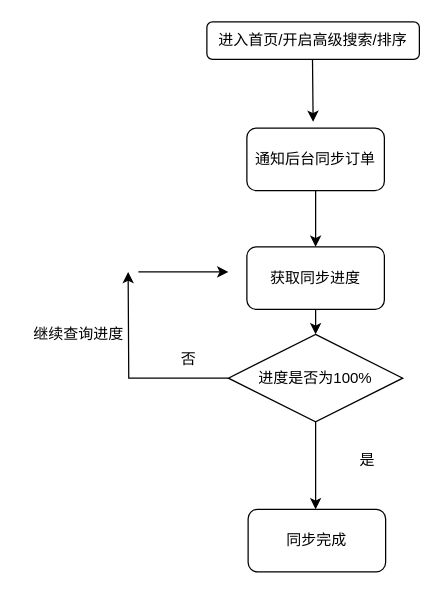
Before: views/高级版同步逻辑.drawio in lys829/yiBlog, a draw.io diagram. Source tidied: cells renumbered, new cells numbered last; positions are measured from the earlier drawing's top-left corner, leaving out a move shared by most shapes. Both pictures are drawn from the tidied source at 125%, with x=0, y=0 at pixel (21, 21).
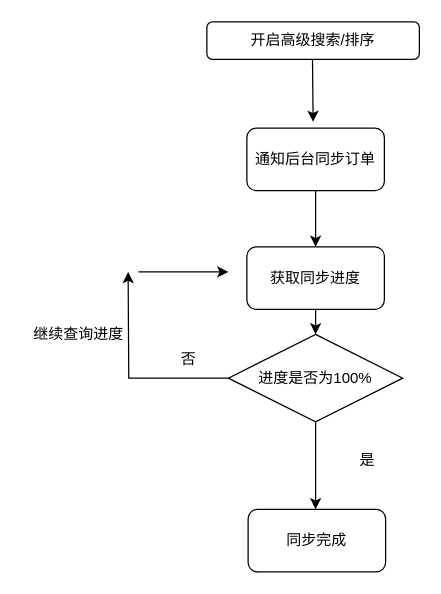
Above is the later version.

Commit message:
更新高级版同步逻辑.drawio

Change to the diagram source:
```diff
@@
 <mxGraphModel>
   <root>
     <mxCell id="0" />
     <mxCell id="1" parent="0" />
-    <mxCell id="2" value="进入首页/开启高级搜索/排序" style="rounded=1;whiteSpace=wrap;html=1;" parent="1" vertex="1">
+    <mxCell id="2" value="开启高级搜索/排序" style="rounded=1;whiteSpace=wrap;html=1;" parent="1" vertex="1">
       <mxGeometry x="148" width="170" height="30" as="geometry" />
     </mxCell>
     <mxCell id="3" style="endArrow=classic;html=1;" parent="1" edge="1">
       <mxGeometry relative="1" as="geometry">
         <mxPoint x="232.5" y="30" as="sourcePoint" />
         <mxPoint x="233" y="80" as="targetPoint" />
       </mxGeometry>
     </mxCell>
     <mxCell id="4" style="edgeStyle=orthogonalEdgeStyle;rounded=0;jettySize=auto;html=1;" parent="1" edge="1" source="5">
       <mxGeometry relative="1" as="geometry">
         <mxPoint x="235" y="180" as="targetPoint" />
       </mxGeometry>
     </mxCell>
     <mxCell id="5" value="通知后台同步订单" style="rounded=1;whiteSpace=wrap;html=1;" parent="1" vertex="1">
       <mxGeometry x="180" y="85" width="110" height="50" as="geometry" />
     </mxCell>
     <mxCell id="6" style="edgeStyle=orthogonalEdgeStyle;rounded=0;jettySize=auto;html=1;" parent="1" edge="1" source="8">
       <mxGeometry relative="1" as="geometry">
         <mxPoint x="85" y="200" as="targetPoint" />
       </mxGeometry>
     </mxCell>
     <mxCell id="7" style="edgeStyle=orthogonalEdgeStyle;rounded=0;jettySize=auto;html=1;" parent="1" edge="1" source="8">
       <mxGeometry relative="1" as="geometry">
         <mxPoint x="235" y="390" as="targetPoint" />
       </mxGeometry>
     </mxCell>
     <mxCell id="8" value="进度是否为100%" style="rhombus;whiteSpace=wrap;html=1;" parent="1" vertex="1">
       <mxGeometry x="165.2" y="250" width="139.5" height="70" as="geometry" />
     </mxCell>
     <mxCell id="9" style="edgeStyle=orthogonalEdgeStyle;rounded=0;jettySize=auto;html=1;" parent="1" edge="1" source="10" target="8">
       <mxGeometry relative="1" as="geometry" />
     </mxCell>
     <mxCell id="10" value="获取同步进度" style="rounded=1;whiteSpace=wrap;html=1;" parent="1" vertex="1">
       <mxGeometry x="180" y="180" width="110" height="50" as="geometry" />
     </mxCell>
     <mxCell id="11" value="否" style="text;html=1;align=center;verticalAlign=middle;" parent="1" vertex="1">
       <mxGeometry x="118" y="260" width="30" height="20" as="geometry" />
     </mxCell>
     <mxCell id="12" style="endArrow=classic;html=1;" parent="1" edge="1">
       <mxGeometry relative="1" as="geometry">
         <mxPoint x="93.2" y="200" as="sourcePoint" />
         <mxPoint x="165.2" y="200" as="targetPoint" />
       </mxGeometry>
     </mxCell>
     <mxCell id="13" value="继续查询进度" style="text;html=1;align=center;verticalAlign=middle;" parent="1" vertex="1">
       <mxGeometry y="240" width="90" height="20" as="geometry" />
     </mxCell>
     <mxCell id="14" value="是" style="text;html=1;align=center;verticalAlign=middle;" parent="1" vertex="1">
       <mxGeometry x="261" y="341" width="30" height="20" as="geometry" />
     </mxCell>
     <mxCell id="15" value="同步完成" style="rounded=1;whiteSpace=wrap;html=1;" parent="1" vertex="1">
       <mxGeometry x="181" y="390" width="110" height="50" as="geometry" />
     </mxCell>
   </root>
 </mxGraphModel>
```
